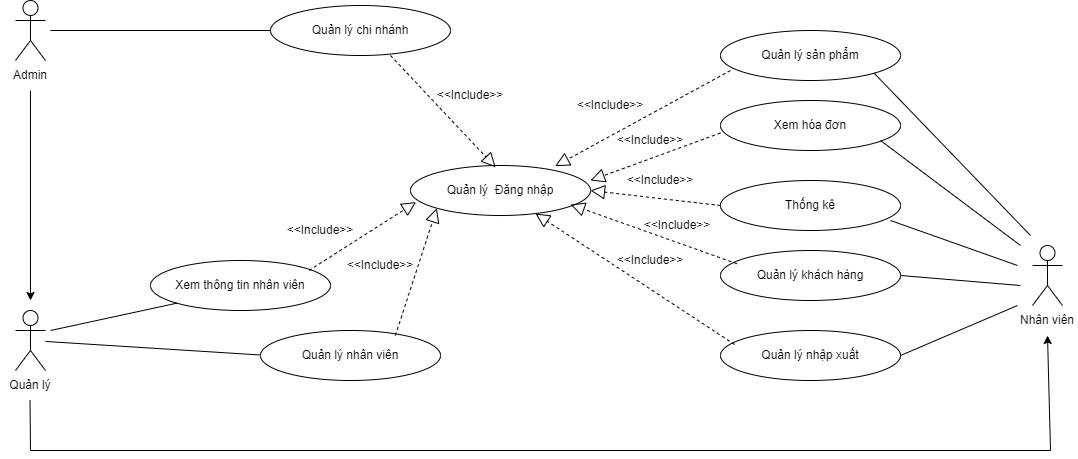
ChauCongTu/thiet-ke-linh-tinh keeps this draw.io diagram as Sơ Đồ UseCase.png. Above is the earlier version. Source tidied: cells renumbered, new cells last; positions are measured from the earlier drawing's top-left corner, leaving out a move shared by most shapes.
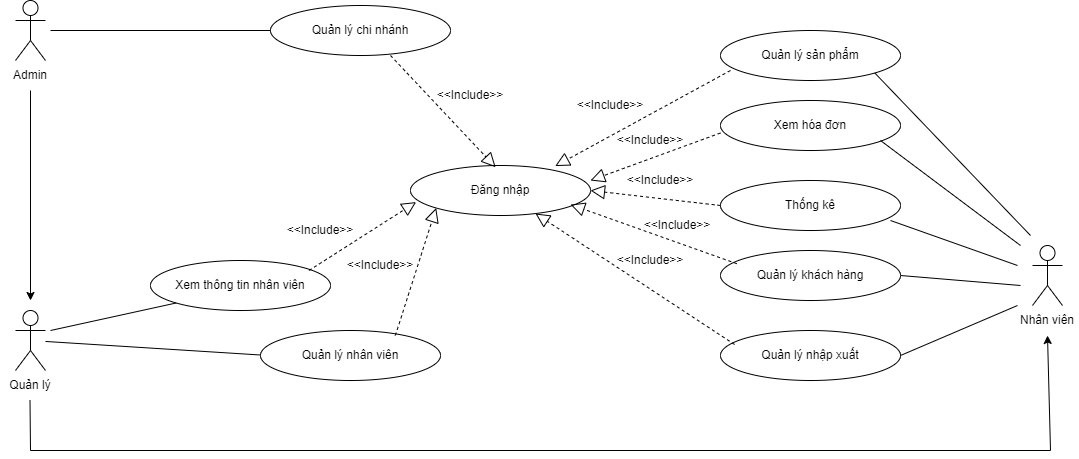
After the change.

Commit message:
Cập nhật Sơ Đồ UseCase.png

The edit, as a diff of the source:
```diff
@@ -75,7 +75,7 @@
         <mxPoint x="900" y="355" as="sourcePoint" />
       </mxGeometry>
     </mxCell>
-    <mxCell id="21" value="Quản lý&amp;nbsp; Đăng nhập" style="ellipse;whiteSpace=wrap;html=1;" parent="1" vertex="1">
+    <mxCell id="21" value="Đăng nhập" style="ellipse;whiteSpace=wrap;html=1;" parent="1" vertex="1">
       <mxGeometry x="410" y="165" width="180" height="50" as="geometry" />
     </mxCell>
     <mxCell id="22" value="Quản lý&amp;nbsp;khách hàng" style="ellipse;whiteSpace=wrap;html=1;" parent="1" vertex="1">
```
